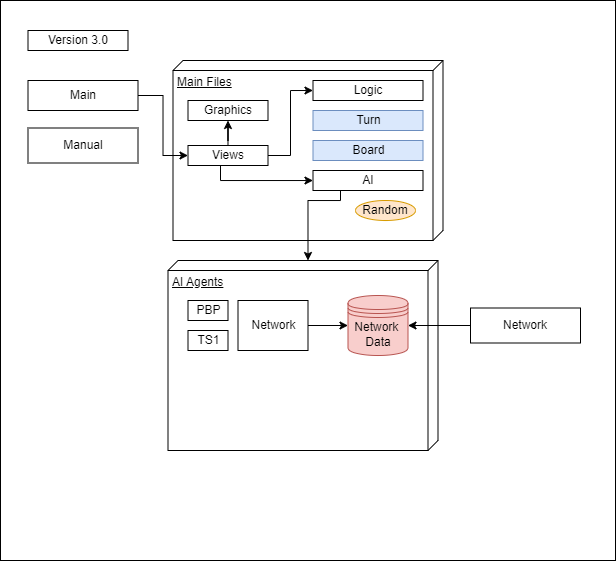
Above: Version 3/Diagram_v3.png in GillsSpace/Backgammon_AI (draw.io), before the change. Source tidied: cells renumbered, new cells last; positions are measured from the earlier drawing's top-left corner, leaving out a move shared by most shapes.
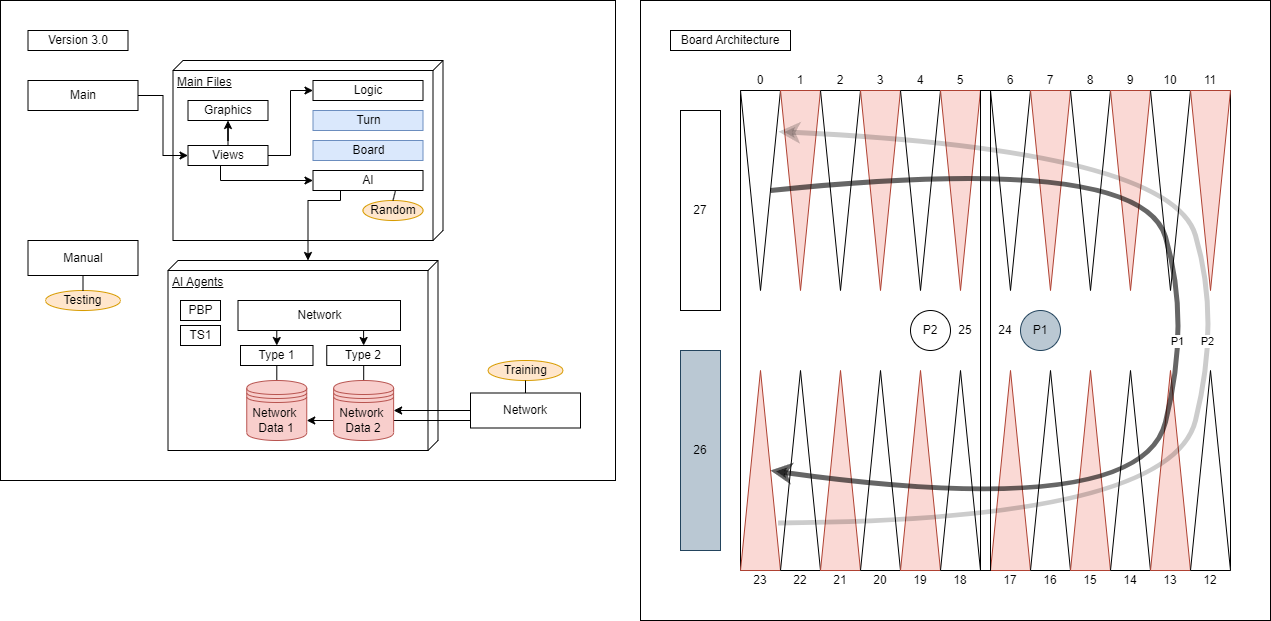
After the commit.

Commit message:
Fixed Network Ident extension handling

What changed in the source:
```diff
@@ -2,8 +2,11 @@
   <root>
     <mxCell id="0" />
     <mxCell id="1" parent="0" />
+    <mxCell id="28" style="verticalLabelPosition=bottom;verticalAlign=top;html=1;shape=mxgraph.basic.rect;fillColor2=none;strokeWidth=1;size=20;indent=5;" parent="1" vertex="1">
+      <mxGeometry x="640" width="630" height="620" as="geometry" />
+    </mxCell>
     <mxCell id="2" style="verticalLabelPosition=bottom;verticalAlign=top;html=1;shape=mxgraph.basic.rect;fillColor2=none;strokeWidth=1;size=20;indent=5;" parent="1" vertex="1">
-      <mxGeometry width="615" height="560" as="geometry" />
+      <mxGeometry width="615" height="480" as="geometry" />
     </mxCell>
     <mxCell id="3" value="Board" style="html=1;" parent="1" vertex="1">
       <mxGeometry x="312.5" y="110" width="110" height="32.5" as="geometry" />
@@ -15,20 +18,20 @@
       <mxGeometry x="167.5" y="260" width="270" height="190" as="geometry" />
     </mxCell>
     <mxCell id="6" value="PBP" style="html=1;" parent="1" vertex="1">
-      <mxGeometry x="187.5" y="300" width="40" height="20" as="geometry" />
+      <mxGeometry x="180" y="300" width="40" height="20" as="geometry" />
     </mxCell>
     <mxCell id="7" value="TS1" style="html=1;" parent="1" vertex="1">
-      <mxGeometry x="187.5" y="330" width="40" height="20" as="geometry" />
+      <mxGeometry x="180" y="325" width="40" height="20" as="geometry" />
     </mxCell>
-    <mxCell id="8" style="edgeStyle=orthogonalEdgeStyle;rounded=0;jettySize=auto;html=1;entryX=0;entryY=0.5;entryDx=0;entryDy=0;" parent="1" edge="1" source="9" target="10">
-      <mxGeometry relative="1" as="geometry" />
-    </mxCell>
+    <mxCell id="29" style="edgeStyle=orthogonalEdgeStyle;rounded=0;jettySize=auto;html=1;entryX=0.5;entryY=0;entryDx=0;entryDy=0;exitX=0.25;exitY=1;exitDx=0;exitDy=0;" parent="1" edge="1" source="9" target="98">
+      <mxGeometry relative="1" as="geometry" />
+    </mxCell>
+    <mxCell id="30" style="edgeStyle=orthogonalEdgeStyle;rounded=0;jettySize=auto;html=1;entryX=0.5;entryY=0;entryDx=0;entryDy=0;exitX=0.75;exitY=1;exitDx=0;exitDy=0;" parent="1" edge="1" source="9" target="100">
+      <mxGeometry relative="1" as="geometry" />
+    </mxCell>
     <mxCell id="9" value="Network" style="html=1;" parent="1" vertex="1">
-      <mxGeometry x="237.5" y="300" width="70" height="50" as="geometry" />
+      <mxGeometry x="237.5" y="300" width="162.5" height="30" as="geometry" />
     </mxCell>
-    <mxCell id="10" value="Network&amp;nbsp;&lt;br&gt;Data" style="shape=datastore;whiteSpace=wrap;html=1;fillColor=#f8cecc;strokeColor=#b85450;" parent="1" vertex="1">
-      <mxGeometry x="347.5" y="295" width="60" height="60" as="geometry" />
-    </mxCell>
     <mxCell id="11" value="Version 3.0" style="rounded=0;whiteSpace=wrap;html=1;" parent="1" vertex="1">
       <mxGeometry x="27.5" y="30" width="100" height="20" as="geometry" />
     </mxCell>
@@ -55,7 +58,7 @@
       <mxGeometry x="187.5" y="145" width="80" height="20" as="geometry" />
     </mxCell>
     <mxCell id="18" value="Manual" style="html=1;whiteSpace=wrap;" parent="1" vertex="1">
-      <mxGeometry x="27.5" y="127.5" width="110" height="35" as="geometry" />
+      <mxGeometry x="27.5" y="240" width="110" height="35" as="geometry" />
     </mxCell>
     <mxCell id="19" value="Logic" style="html=1;whiteSpace=wrap;" parent="1" vertex="1">
       <mxGeometry x="312.5" y="80" width="110" height="20" as="geometry" />
@@ -81,13 +84,250 @@
       <mxGeometry x="312.5" y="140" width="110" height="20" as="geometry" />
     </mxCell>
     <mxCell id="25" value="Random" style="ellipse;whiteSpace=wrap;html=1;align=center;fillColor=#ffe6cc;strokeColor=#d79b00;" parent="1" vertex="1">
-      <mxGeometry x="355" y="200" width="60" height="20" as="geometry" />
+      <mxGeometry x="362.5" y="200" width="60" height="20" as="geometry" />
     </mxCell>
     <mxCell id="26" style="edgeStyle=orthogonalEdgeStyle;rounded=0;jettySize=auto;html=1;entryX=1;entryY=0.5;entryDx=0;entryDy=0;" parent="1" edge="1" source="27" target="10">
       <mxGeometry relative="1" as="geometry" />
     </mxCell>
     <mxCell id="27" value="Network" style="html=1;whiteSpace=wrap;" parent="1" vertex="1">
-      <mxGeometry x="470" y="307.5" width="110" height="35" as="geometry" />
+      <mxGeometry x="470" y="392.5" width="110" height="35" as="geometry" />
     </mxCell>
+    <mxCell id="31" value="Board Architecture" style="rounded=0;whiteSpace=wrap;html=1;" parent="1" vertex="1">
+      <mxGeometry x="670" y="30" width="120" height="20" as="geometry" />
+    </mxCell>
+    <mxCell id="32" style="rounded=0;whiteSpace=wrap;html=1;" parent="1" vertex="1">
+      <mxGeometry x="740" y="90" width="490" height="480" as="geometry" />
+    </mxCell>
+    <mxCell id="33" style="triangle;whiteSpace=wrap;html=1;rotation=90;" parent="1" vertex="1">
+      <mxGeometry x="660" y="170" width="200" height="40" as="geometry" />
+    </mxCell>
+    <mxCell id="34" style="triangle;whiteSpace=wrap;html=1;rotation=90;fillColor=#fad9d5;strokeColor=#ae4132;" parent="1" vertex="1">
+      <mxGeometry x="700" y="170" width="200" height="40" as="geometry" />
+    </mxCell>
+    <mxCell id="35" style="triangle;whiteSpace=wrap;html=1;rotation=90;" parent="1" vertex="1">
+      <mxGeometry x="740" y="170" width="200" height="40" as="geometry" />
+    </mxCell>
+    <mxCell id="36" style="triangle;whiteSpace=wrap;html=1;rotation=90;fillColor=#fad9d5;strokeColor=#ae4132;" parent="1" vertex="1">
+      <mxGeometry x="780" y="170" width="200" height="40" as="geometry" />
+    </mxCell>
+    <mxCell id="37" style="triangle;whiteSpace=wrap;html=1;rotation=90;" parent="1" vertex="1">
+      <mxGeometry x="820" y="170" width="200" height="40" as="geometry" />
+    </mxCell>
+    <mxCell id="38" style="triangle;whiteSpace=wrap;html=1;rotation=90;fillColor=#fad9d5;strokeColor=#ae4132;" parent="1" vertex="1">
+      <mxGeometry x="860" y="170" width="200" height="40" as="geometry" />
+    </mxCell>
+    <mxCell id="39" style="triangle;whiteSpace=wrap;html=1;rotation=90;" parent="1" vertex="1">
+      <mxGeometry x="910" y="170" width="200" height="40" as="geometry" />
+    </mxCell>
+    <mxCell id="40" style="triangle;whiteSpace=wrap;html=1;rotation=90;fillColor=#fad9d5;strokeColor=#ae4132;" parent="1" vertex="1">
+      <mxGeometry x="950" y="170" width="200" height="40" as="geometry" />
+    </mxCell>
+    <mxCell id="41" style="triangle;whiteSpace=wrap;html=1;rotation=90;" parent="1" vertex="1">
+      <mxGeometry x="990" y="170" width="200" height="40" as="geometry" />
+    </mxCell>
+    <mxCell id="42" style="triangle;whiteSpace=wrap;html=1;rotation=90;fillColor=#fad9d5;strokeColor=#ae4132;" parent="1" vertex="1">
+      <mxGeometry x="1030" y="170" width="200" height="40" as="geometry" />
+    </mxCell>
+    <mxCell id="43" style="triangle;whiteSpace=wrap;html=1;rotation=90;" parent="1" vertex="1">
+      <mxGeometry x="1070" y="170" width="200" height="40" as="geometry" />
+    </mxCell>
+    <mxCell id="44" style="triangle;whiteSpace=wrap;html=1;rotation=90;fillColor=#fad9d5;strokeColor=#ae4132;" parent="1" vertex="1">
+      <mxGeometry x="1110" y="170" width="200" height="40" as="geometry" />
+    </mxCell>
+    <mxCell id="45" style="triangle;whiteSpace=wrap;html=1;rotation=-90;fillColor=#fad9d5;strokeColor=#ae4132;" parent="1" vertex="1">
+      <mxGeometry x="660" y="450" width="200" height="40" as="geometry" />
+    </mxCell>
+    <mxCell id="46" style="triangle;whiteSpace=wrap;html=1;rotation=-90;" parent="1" vertex="1">
+      <mxGeometry x="700" y="450" width="200" height="40" as="geometry" />
+    </mxCell>
+    <mxCell id="47" style="triangle;whiteSpace=wrap;html=1;rotation=-90;fillColor=#fad9d5;strokeColor=#ae4132;" parent="1" vertex="1">
+      <mxGeometry x="740" y="450" width="200" height="40" as="geometry" />
+    </mxCell>
+    <mxCell id="48" style="triangle;whiteSpace=wrap;html=1;rotation=-90;" parent="1" vertex="1">
+      <mxGeometry x="780" y="450" width="200" height="40" as="geometry" />
+    </mxCell>
+    <mxCell id="49" style="triangle;whiteSpace=wrap;html=1;rotation=-90;fillColor=#fad9d5;strokeColor=#ae4132;" parent="1" vertex="1">
+      <mxGeometry x="820" y="450" width="200" height="40" as="geometry" />
+    </mxCell>
+    <mxCell id="50" style="triangle;whiteSpace=wrap;html=1;rotation=-90;" parent="1" vertex="1">
+      <mxGeometry x="860" y="450" width="200" height="40" as="geometry" />
+    </mxCell>
+    <mxCell id="51" style="triangle;whiteSpace=wrap;html=1;rotation=-90;fillColor=#fad9d5;strokeColor=#ae4132;" parent="1" vertex="1">
+      <mxGeometry x="910" y="450" width="200" height="40" as="geometry" />
+    </mxCell>
+    <mxCell id="52" style="triangle;whiteSpace=wrap;html=1;rotation=-90;" parent="1" vertex="1">
+      <mxGeometry x="950" y="450" width="200" height="40" as="geometry" />
+    </mxCell>
+    <mxCell id="53" style="triangle;whiteSpace=wrap;html=1;rotation=-90;fillColor=#fad9d5;strokeColor=#ae4132;" parent="1" vertex="1">
+      <mxGeometry x="990" y="450" width="200" height="40" as="geometry" />
+    </mxCell>
+    <mxCell id="54" style="triangle;whiteSpace=wrap;html=1;rotation=-90;" parent="1" vertex="1">
+      <mxGeometry x="1030" y="450" width="200" height="40" as="geometry" />
+    </mxCell>
+    <mxCell id="55" style="triangle;whiteSpace=wrap;html=1;rotation=-90;fillColor=#fad9d5;strokeColor=#ae4132;" parent="1" vertex="1">
+      <mxGeometry x="1070" y="450" width="200" height="40" as="geometry" />
+    </mxCell>
+    <mxCell id="56" style="triangle;whiteSpace=wrap;html=1;rotation=-90;" parent="1" vertex="1">
+      <mxGeometry x="1110" y="450" width="200" height="40" as="geometry" />
+    </mxCell>
+    <mxCell id="57" style="rounded=0;whiteSpace=wrap;html=1;" parent="1" vertex="1">
+      <mxGeometry x="980" y="90" width="10" height="480" as="geometry" />
+    </mxCell>
+    <mxCell id="58" value="0" style="text;html=1;strokeColor=none;fillColor=none;align=center;verticalAlign=middle;whiteSpace=wrap;rounded=0;" parent="1" vertex="1">
+      <mxGeometry x="740" y="70" width="40" height="20" as="geometry" />
+    </mxCell>
+    <mxCell id="59" value="1" style="text;html=1;strokeColor=none;fillColor=none;align=center;verticalAlign=middle;whiteSpace=wrap;rounded=0;" parent="1" vertex="1">
+      <mxGeometry x="780" y="70" width="40" height="20" as="geometry" />
+    </mxCell>
+    <mxCell id="60" value="2" style="text;html=1;strokeColor=none;fillColor=none;align=center;verticalAlign=middle;whiteSpace=wrap;rounded=0;" parent="1" vertex="1">
+      <mxGeometry x="820" y="70" width="40" height="20" as="geometry" />
+    </mxCell>
+    <mxCell id="61" value="3" style="text;html=1;strokeColor=none;fillColor=none;align=center;verticalAlign=middle;whiteSpace=wrap;rounded=0;" parent="1" vertex="1">
+      <mxGeometry x="860" y="70" width="40" height="20" as="geometry" />
+    </mxCell>
+    <mxCell id="62" value="4" style="text;html=1;strokeColor=none;fillColor=none;align=center;verticalAlign=middle;whiteSpace=wrap;rounded=0;" parent="1" vertex="1">
+      <mxGeometry x="900" y="70" width="40" height="20" as="geometry" />
+    </mxCell>
+    <mxCell id="63" value="5" style="text;html=1;strokeColor=none;fillColor=none;align=center;verticalAlign=middle;whiteSpace=wrap;rounded=0;" parent="1" vertex="1">
+      <mxGeometry x="940" y="70" width="40" height="20" as="geometry" />
+    </mxCell>
+    <mxCell id="64" value="6" style="text;html=1;strokeColor=none;fillColor=none;align=center;verticalAlign=middle;whiteSpace=wrap;rounded=0;" parent="1" vertex="1">
+      <mxGeometry x="990" y="70" width="40" height="20" as="geometry" />
+    </mxCell>
+    <mxCell id="65" value="7" style="text;html=1;strokeColor=none;fillColor=none;align=center;verticalAlign=middle;whiteSpace=wrap;rounded=0;" parent="1" vertex="1">
+      <mxGeometry x="1030" y="70" width="40" height="20" as="geometry" />
+    </mxCell>
+    <mxCell id="66" value="8" style="text;html=1;strokeColor=none;fillColor=none;align=center;verticalAlign=middle;whiteSpace=wrap;rounded=0;" parent="1" vertex="1">
+      <mxGeometry x="1070" y="70" width="40" height="20" as="geometry" />
+    </mxCell>
+    <mxCell id="67" value="9" style="text;html=1;strokeColor=none;fillColor=none;align=center;verticalAlign=middle;whiteSpace=wrap;rounded=0;" parent="1" vertex="1">
+      <mxGeometry x="1110" y="70" width="40" height="20" as="geometry" />
+    </mxCell>
+    <mxCell id="68" value="10" style="text;html=1;strokeColor=none;fillColor=none;align=center;verticalAlign=middle;whiteSpace=wrap;rounded=0;" parent="1" vertex="1">
+      <mxGeometry x="1150" y="70" width="40" height="20" as="geometry" />
+    </mxCell>
+    <mxCell id="69" value="11" style="text;html=1;strokeColor=none;fillColor=none;align=center;verticalAlign=middle;whiteSpace=wrap;rounded=0;" parent="1" vertex="1">
+      <mxGeometry x="1190" y="70" width="40" height="20" as="geometry" />
+    </mxCell>
+    <mxCell id="70" value="12" style="text;html=1;strokeColor=none;fillColor=none;align=center;verticalAlign=middle;whiteSpace=wrap;rounded=0;" parent="1" vertex="1">
+      <mxGeometry x="1190" y="570" width="40" height="20" as="geometry" />
+    </mxCell>
+    <mxCell id="71" value="13" style="text;html=1;strokeColor=none;fillColor=none;align=center;verticalAlign=middle;whiteSpace=wrap;rounded=0;" parent="1" vertex="1">
+      <mxGeometry x="1150" y="570" width="40" height="20" as="geometry" />
+    </mxCell>
+    <mxCell id="72" value="14" style="text;html=1;strokeColor=none;fillColor=none;align=center;verticalAlign=middle;whiteSpace=wrap;rounded=0;" parent="1" vertex="1">
+      <mxGeometry x="1110" y="570" width="40" height="20" as="geometry" />
+    </mxCell>
+    <mxCell id="73" value="15" style="text;html=1;strokeColor=none;fillColor=none;align=center;verticalAlign=middle;whiteSpace=wrap;rounded=0;" parent="1" vertex="1">
+      <mxGeometry x="1070" y="570" width="40" height="20" as="geometry" />
+    </mxCell>
+    <mxCell id="74" value="16" style="text;html=1;strokeColor=none;fillColor=none;align=center;verticalAlign=middle;whiteSpace=wrap;rounded=0;" parent="1" vertex="1">
+      <mxGeometry x="1030" y="570" width="40" height="20" as="geometry" />
+    </mxCell>
+    <mxCell id="75" value="17" style="text;html=1;strokeColor=none;fillColor=none;align=center;verticalAlign=middle;whiteSpace=wrap;rounded=0;" parent="1" vertex="1">
+      <mxGeometry x="990" y="570" width="40" height="20" as="geometry" />
+    </mxCell>
+    <mxCell id="76" value="18" style="text;html=1;strokeColor=none;fillColor=none;align=center;verticalAlign=middle;whiteSpace=wrap;rounded=0;" parent="1" vertex="1">
+      <mxGeometry x="940" y="570" width="40" height="20" as="geometry" />
+    </mxCell>
+    <mxCell id="77" value="19" style="text;html=1;strokeColor=none;fillColor=none;align=center;verticalAlign=middle;whiteSpace=wrap;rounded=0;" parent="1" vertex="1">
+      <mxGeometry x="900" y="570" width="40" height="20" as="geometry" />
+    </mxCell>
+    <mxCell id="78" value="20" style="text;html=1;strokeColor=none;fillColor=none;align=center;verticalAlign=middle;whiteSpace=wrap;rounded=0;" parent="1" vertex="1">
+      <mxGeometry x="860" y="570" width="40" height="20" as="geometry" />
+    </mxCell>
+    <mxCell id="79" value="21" style="text;html=1;strokeColor=none;fillColor=none;align=center;verticalAlign=middle;whiteSpace=wrap;rounded=0;" parent="1" vertex="1">
+      <mxGeometry x="820" y="570" width="40" height="20" as="geometry" />
+    </mxCell>
+    <mxCell id="80" value="22" style="text;html=1;strokeColor=none;fillColor=none;align=center;verticalAlign=middle;whiteSpace=wrap;rounded=0;" parent="1" vertex="1">
+      <mxGeometry x="780" y="570" width="40" height="20" as="geometry" />
+    </mxCell>
+    <mxCell id="81" value="23" style="text;html=1;strokeColor=none;fillColor=none;align=center;verticalAlign=middle;whiteSpace=wrap;rounded=0;" parent="1" vertex="1">
+      <mxGeometry x="740" y="570" width="40" height="20" as="geometry" />
+    </mxCell>
+    <mxCell id="82" value="27" style="rounded=0;whiteSpace=wrap;html=1;" parent="1" vertex="1">
+      <mxGeometry x="680" y="110" width="40" height="200" as="geometry" />
+    </mxCell>
+    <mxCell id="83" value="26" style="rounded=0;whiteSpace=wrap;html=1;fillColor=#bac8d3;strokeColor=#23445d;" parent="1" vertex="1">
+      <mxGeometry x="680" y="350" width="40" height="200" as="geometry" />
+    </mxCell>
+    <mxCell id="84" value="P2" style="ellipse;whiteSpace=wrap;html=1;" parent="1" vertex="1">
+      <mxGeometry x="910" y="310" width="40" height="40" as="geometry" />
+    </mxCell>
+    <mxCell id="85" value="P1" style="ellipse;whiteSpace=wrap;html=1;fillColor=#bac8d3;strokeColor=#23445d;" parent="1" vertex="1">
+      <mxGeometry x="1020" y="310" width="40" height="40" as="geometry" />
+    </mxCell>
+    <mxCell id="86" value="24" style="text;html=1;strokeColor=none;fillColor=none;align=center;verticalAlign=middle;whiteSpace=wrap;rounded=0;" parent="1" vertex="1">
+      <mxGeometry x="990" y="315" width="30" height="30" as="geometry" />
+    </mxCell>
+    <mxCell id="87" value="25" style="text;html=1;strokeColor=none;fillColor=none;align=center;verticalAlign=middle;whiteSpace=wrap;rounded=0;" parent="1" vertex="1">
+      <mxGeometry x="950" y="315" width="30" height="30" as="geometry" />
+    </mxCell>
+    <mxCell id="88" style="curved=1;endArrow=classic;html=1;rounded=0;exitX=0.238;exitY=0.939;exitDx=0;exitDy=0;strokeWidth=5;strokeColor=default;targetPerimeterSpacing=0;endSize=6;startFill=1;endFill=1;shadow=0;opacity=20;entryX=0.206;entryY=0.047;entryDx=0;entryDy=0;entryPerimeter=0;exitPerimeter=0;" parent="1" edge="1" source="45" target="33">
+      <mxGeometry relative="1" as="geometry">
+        <Array as="points">
+          <mxPoint x="1170" y="520" />
+          <mxPoint x="1220" y="320" />
+          <mxPoint x="1170" y="150" />
+        </Array>
+      </mxGeometry>
+    </mxCell>
+    <mxCell id="89" value="P2" style="edgeLabel;html=1;align=center;verticalAlign=middle;" parent="88" vertex="1">
+      <mxGeometry x="-0.02" y="8" relative="1" as="geometry" />
+    </mxCell>
+    <mxCell id="90" style="curved=1;endArrow=none;html=1;rounded=0;exitX=0.5;exitY=1;exitDx=0;exitDy=0;strokeWidth=5;strokeColor=default;targetPerimeterSpacing=0;endSize=6;startFill=1;endFill=0;shadow=0;opacity=60;startArrow=classic;entryX=0.5;entryY=0;entryDx=0;entryDy=0;" parent="1" edge="1" source="45" target="33">
+      <mxGeometry relative="1" as="geometry">
+        <Array as="points">
+          <mxPoint x="1140" y="521.5" />
+          <mxPoint x="1190" y="321.5" />
+          <mxPoint x="1140" y="151.5" />
+        </Array>
+      </mxGeometry>
+    </mxCell>
+    <mxCell id="91" value="P1" style="edgeLabel;html=1;align=center;verticalAlign=middle;" parent="90" vertex="1">
+      <mxGeometry x="-0.01" relative="1" as="geometry">
+        <mxPoint x="-8" y="-1" as="offset" />
+      </mxGeometry>
+    </mxCell>
+    <mxCell id="92" value="Training" style="ellipse;whiteSpace=wrap;html=1;align=center;fillColor=#ffe6cc;strokeColor=#d79b00;" parent="1" vertex="1">
+      <mxGeometry x="487.5" y="360" width="75" height="20" as="geometry" />
+    </mxCell>
+    <mxCell id="93" value="Testing" style="ellipse;whiteSpace=wrap;html=1;align=center;fillColor=#ffe6cc;strokeColor=#d79b00;" parent="1" vertex="1">
+      <mxGeometry x="45" y="290" width="75" height="20" as="geometry" />
+    </mxCell>
+    <mxCell id="94" style="endArrow=none;html=1;rounded=0;entryX=0.5;entryY=1;entryDx=0;entryDy=0;exitX=0.5;exitY=0;exitDx=0;exitDy=0;" parent="1" edge="1" source="93" target="18">
+      <mxGeometry relative="1" as="geometry" />
+    </mxCell>
+    <mxCell id="95" style="endArrow=none;html=1;rounded=0;entryX=0.75;entryY=1;entryDx=0;entryDy=0;exitX=0.5;exitY=0;exitDx=0;exitDy=0;" parent="1" edge="1" source="25" target="22">
+      <mxGeometry relative="1" as="geometry" />
+    </mxCell>
+    <mxCell id="96" style="endArrow=none;html=1;rounded=0;entryX=0.5;entryY=0;entryDx=0;entryDy=0;exitX=0.5;exitY=1;exitDx=0;exitDy=0;" parent="1" edge="1" source="92" target="27">
+      <mxGeometry relative="1" as="geometry" />
+    </mxCell>
+    <mxCell id="97" style="edgeStyle=orthogonalEdgeStyle;rounded=0;jettySize=auto;html=1;entryX=0.5;entryY=0;entryDx=0;entryDy=0;" parent="1" edge="1" source="98" target="101">
+      <mxGeometry relative="1" as="geometry" />
+    </mxCell>
+    <mxCell id="98" value="Type 1" style="rounded=0;whiteSpace=wrap;html=1;" parent="1" vertex="1">
+      <mxGeometry x="240" y="345" width="72.5" height="20" as="geometry" />
+    </mxCell>
+    <mxCell id="99" style="edgeStyle=orthogonalEdgeStyle;rounded=0;jettySize=auto;html=1;entryX=0.5;entryY=0;entryDx=0;entryDy=0;" parent="1" edge="1" source="100" target="10">
+      <mxGeometry relative="1" as="geometry" />
+    </mxCell>
+    <mxCell id="100" value="Type 2" style="rounded=0;whiteSpace=wrap;html=1;" parent="1" vertex="1">
+      <mxGeometry x="326.2" y="345" width="73.8" height="20" as="geometry" />
+    </mxCell>
+    <mxCell id="101" value="Network&amp;nbsp;&lt;br&gt;Data 1" style="shape=datastore;whiteSpace=wrap;html=1;fillColor=#f8cecc;strokeColor=#b85450;" parent="1" vertex="1">
+      <mxGeometry x="246.2" y="380" width="60" height="60" as="geometry" />
+    </mxCell>
+    <mxCell id="102" style="edgeStyle=orthogonalEdgeStyle;rounded=0;jettySize=auto;html=1;exitX=0;exitY=0.5;exitDx=0;exitDy=0;" parent="1" edge="1" source="27" target="101">
+      <mxGeometry relative="1" as="geometry">
+        <Array as="points">
+          <mxPoint x="470" y="420" />
+        </Array>
+      </mxGeometry>
+    </mxCell>
+    <mxCell id="10" value="Network&amp;nbsp;&lt;br&gt;Data 2" style="shape=datastore;whiteSpace=wrap;html=1;fillColor=#f8cecc;strokeColor=#b85450;" parent="1" vertex="1">
+      <mxGeometry x="333.1" y="380" width="60" height="60" as="geometry" />
+    </mxCell>
   </root>
 </mxGraphModel>
```
